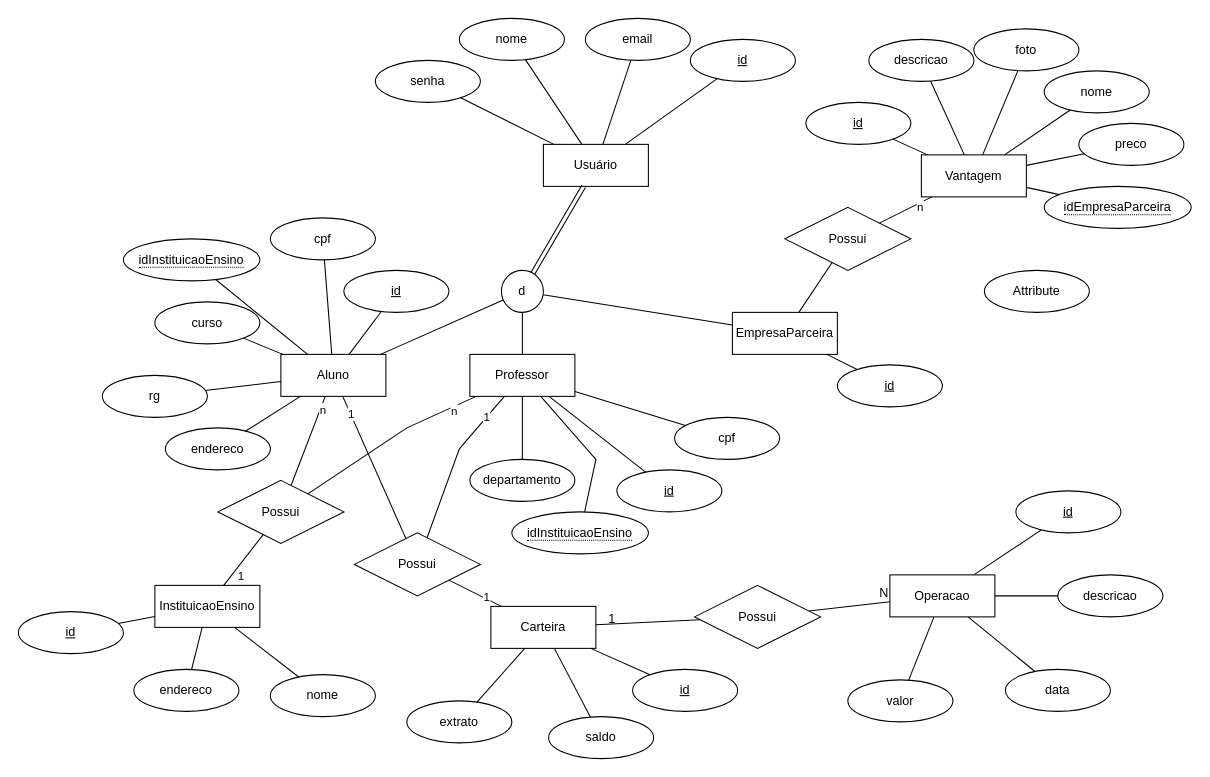
Before: projeto/diagrama-er/der-sistema-de-moeda-estudantil.drawio in NikolasLouret/Mone.das, a draw.io diagram. Source tidied: cells renumbered, new cells numbered last; positions are measured from the earlier drawing's top-left corner, leaving out a move shared by most shapes. Both pictures are drawn from the tidied source at 105%, with x=0, y=0 at pixel (18, 18).
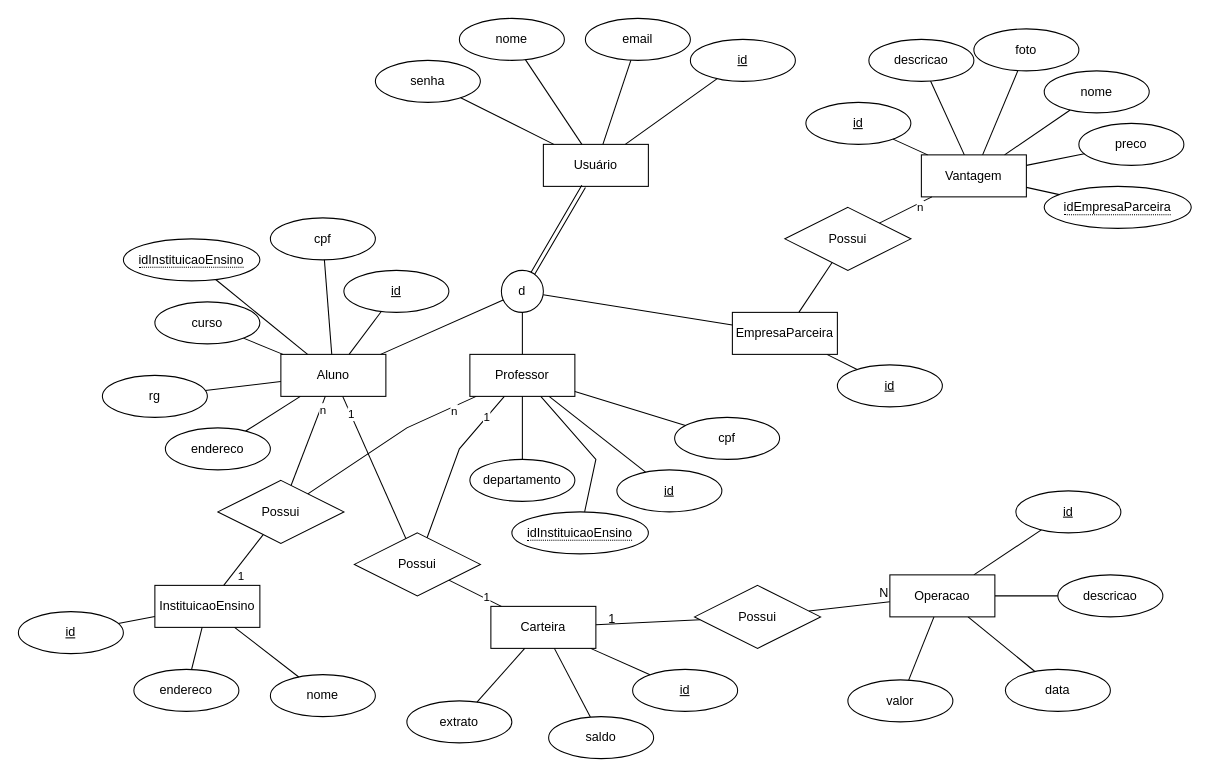
The same page after the edit.

Commit message (it also covers changes not shown here):
[UPDATE] Atualização do der

Diff of the diagram source:
```diff
@@
-    <mxCell id="79" value="Attribute" style="ellipse;whiteSpace=wrap;html=1;align=center;" parent="1" vertex="1">
-      <mxGeometry x="920" y="240" width="100" height="40" as="geometry" />
-    </mxCell>
```
